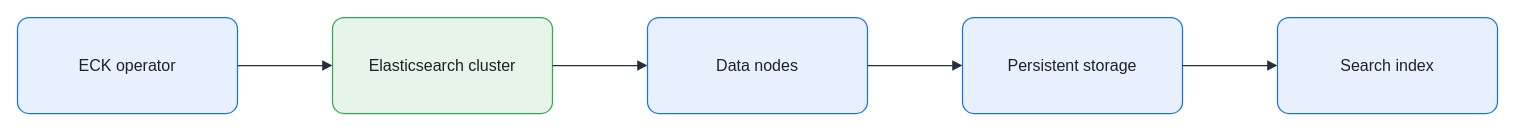
Before: assets/img/observability/elasticsearch-eck-flow.drawio in KKamJi98/kkamji98.github.io, a draw.io diagram. Source tidied: cells renumbered, new cells numbered last; positions are measured from the earlier drawing's top-left corner, leaving out a move shared by most shapes. Both pictures are drawn from the tidied source at 100%, with x=0, y=0 at pixel (17, 17).
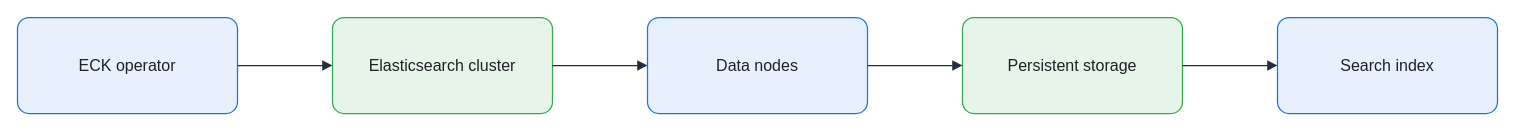
The same page after the edit.

Diff of the diagram source:
```diff
@@
 <mxGraphModel background="#FFFFFF">
   <root>
     <mxCell id="0" />
     <mxCell id="1" parent="0" />
     <mxCell id="2" value="ECK operator" style="rounded=1;arcSize=12;whiteSpace=wrap;html=0;fillColor=#E8F0FE;strokeColor=#1A73E8;strokeWidth=1.25;fontColor=#202124;fontSize=16;align=center;verticalAlign=middle;spacing=8;shadow=0;" parent="1" vertex="1">
       <mxGeometry width="220" height="96" as="geometry" />
     </mxCell>
     <mxCell id="3" value="Elasticsearch cluster" style="rounded=1;arcSize=12;whiteSpace=wrap;html=0;fillColor=#E6F4EA;strokeColor=#34A853;strokeWidth=1.25;fontColor=#202124;fontSize=16;align=center;verticalAlign=middle;spacing=8;shadow=0;" parent="1" vertex="1">
       <mxGeometry x="315" width="220" height="96" as="geometry" />
     </mxCell>
     <mxCell id="4" value="Data nodes" style="rounded=1;arcSize=12;whiteSpace=wrap;html=0;fillColor=#E8F0FE;strokeColor=#1A73E8;strokeWidth=1.25;fontColor=#202124;fontSize=16;align=center;verticalAlign=middle;spacing=8;shadow=0;" parent="1" vertex="1">
       <mxGeometry x="630" width="220" height="96" as="geometry" />
     </mxCell>
-    <mxCell id="5" value="Persistent storage" style="rounded=1;arcSize=12;whiteSpace=wrap;html=0;fillColor=#E8F0FE;strokeColor=#1A73E8;strokeWidth=1.25;fontColor=#202124;fontSize=16;align=center;verticalAlign=middle;spacing=8;shadow=0;" parent="1" vertex="1">
+    <mxCell id="5" value="Persistent storage" style="rounded=1;arcSize=12;whiteSpace=wrap;html=0;fillColor=#E6F4EA;strokeColor=#34A853;strokeWidth=1.25;fontColor=#202124;fontSize=16;align=center;verticalAlign=middle;spacing=8;shadow=0;" parent="1" vertex="1">
       <mxGeometry x="945" width="220" height="96" as="geometry" />
     </mxCell>
     <mxCell id="6" value="Search index" style="rounded=1;arcSize=12;whiteSpace=wrap;html=0;fillColor=#E8F0FE;strokeColor=#1A73E8;strokeWidth=1.25;fontColor=#202124;fontSize=16;align=center;verticalAlign=middle;spacing=8;shadow=0;" parent="1" vertex="1">
       <mxGeometry x="1260" width="220" height="96" as="geometry" />
     </mxCell>
     <mxCell id="7" style="edgeStyle=orthogonalEdgeStyle;rounded=0;jettySize=auto;html=0;endArrow=block;endFill=1;strokeColor=#232F3E;strokeWidth=1.25;fontColor=#202124;labelBackgroundColor=none;exitX=1;exitY=0.5;exitDx=0;exitDy=0;entryX=0;entryY=0.5;entryDx=0;entryDy=0;endSize=7;" parent="1" edge="1" source="2" target="3">
       <mxGeometry relative="1" as="geometry" />
     </mxCell>
     <mxCell id="8" style="edgeStyle=orthogonalEdgeStyle;rounded=0;jettySize=auto;html=0;endArrow=block;endFill=1;strokeColor=#232F3E;strokeWidth=1.25;fontColor=#202124;labelBackgroundColor=none;exitX=1;exitY=0.5;exitDx=0;exitDy=0;entryX=0;entryY=0.5;entryDx=0;entryDy=0;endSize=7;" parent="1" edge="1" source="3" target="4">
       <mxGeometry relative="1" as="geometry" />
     </mxCell>
     <mxCell id="9" style="edgeStyle=orthogonalEdgeStyle;rounded=0;jettySize=auto;html=0;endArrow=block;endFill=1;strokeColor=#232F3E;strokeWidth=1.25;fontColor=#202124;labelBackgroundColor=none;exitX=1;exitY=0.5;exitDx=0;exitDy=0;entryX=0;entryY=0.5;entryDx=0;entryDy=0;endSize=7;" parent="1" edge="1" source="4" target="5">
       <mxGeometry relative="1" as="geometry" />
     </mxCell>
     <mxCell id="10" style="edgeStyle=orthogonalEdgeStyle;rounded=0;jettySize=auto;html=0;endArrow=block;endFill=1;strokeColor=#232F3E;strokeWidth=1.25;fontColor=#202124;labelBackgroundColor=none;exitX=1;exitY=0.5;exitDx=0;exitDy=0;entryX=0;entryY=0.5;entryDx=0;entryDy=0;endSize=7;" parent="1" edge="1" source="5" target="6">
       <mxGeometry relative="1" as="geometry" />
     </mxCell>
   </root>
 </mxGraphModel>
```
